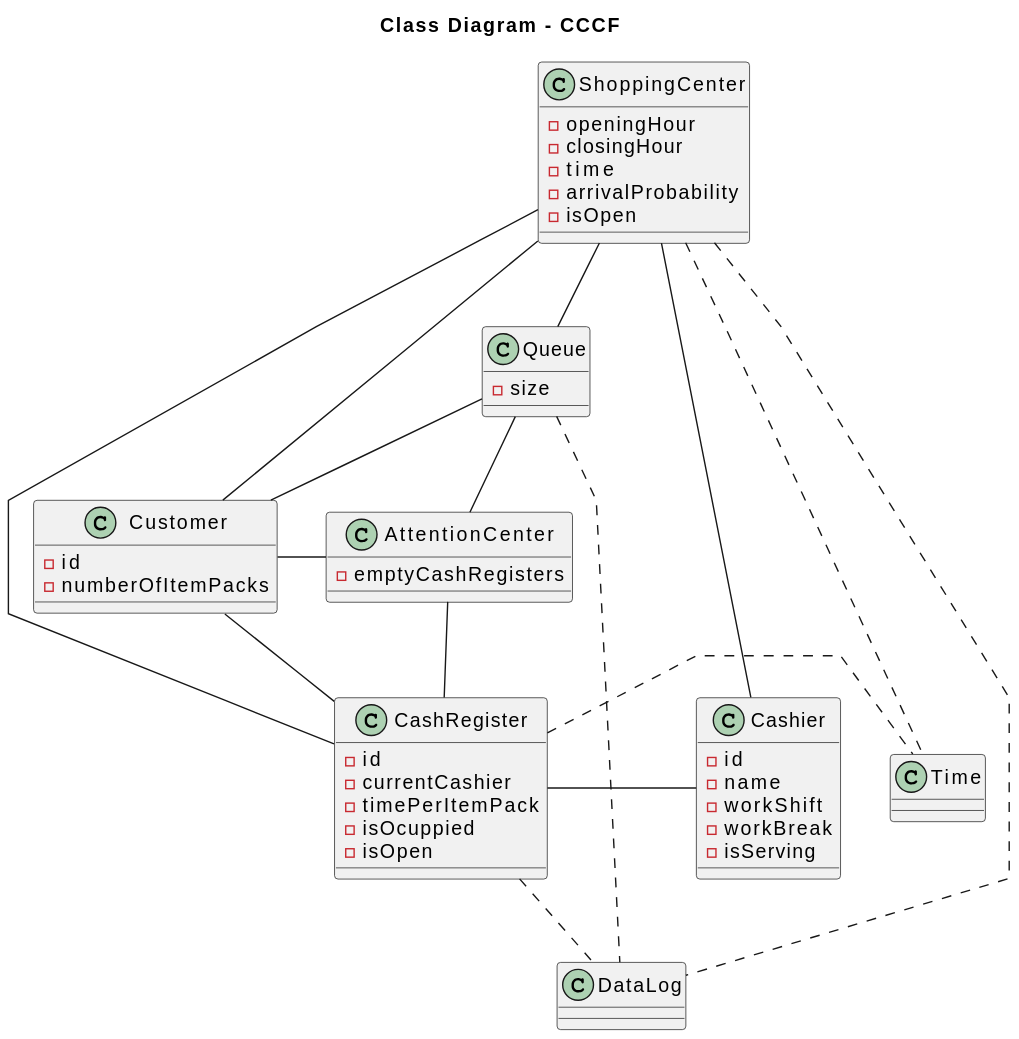
Before: images/modelosUML/diagramaClases.svg, a diagram exported from PlantUML (mmasias/23-24-IdSw2-SDD).
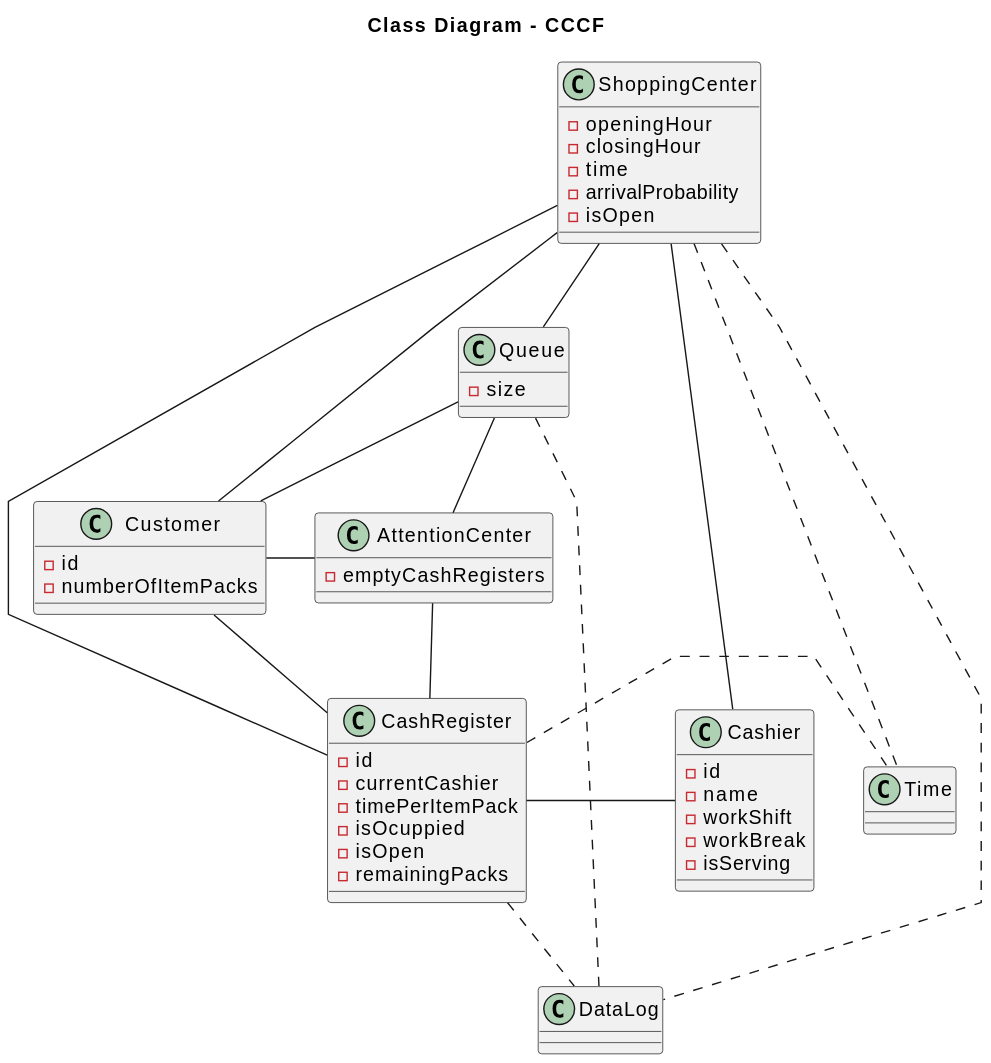
Later version of the same file.

Commit message:
atributo remainingPacks añadido

The edit, as a diff of the source:
```diff
@@ -25,6 +25,7 @@
     - timePerItemPack
     - isOcuppied
     - isOpen
+    - remainingPacks
 }
 
 class Customer {
```
